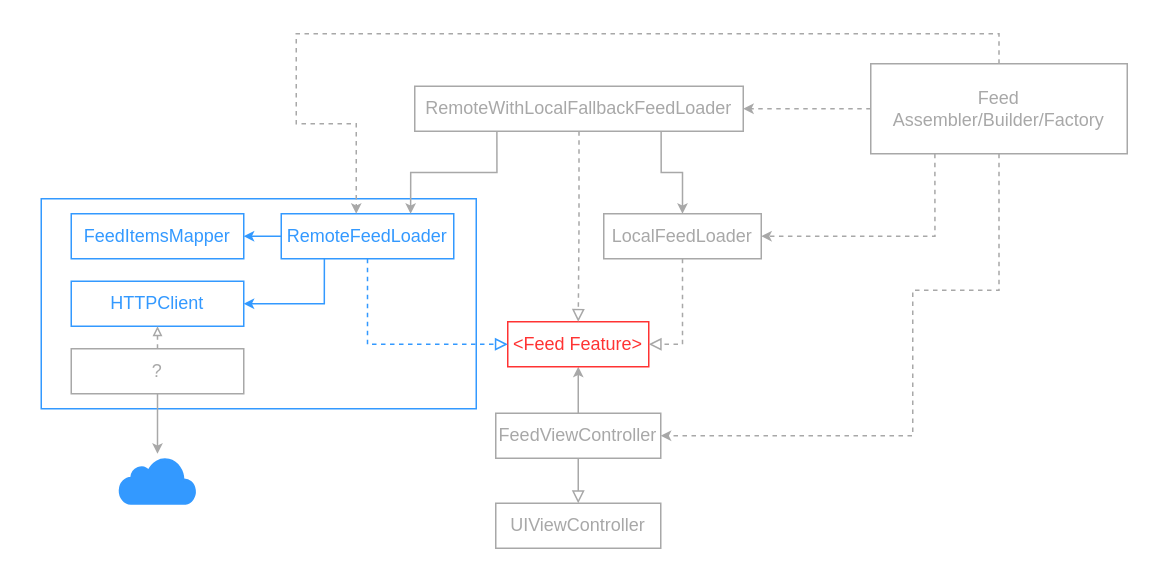
altunog/Essential-Notes keeps this draw.io diagram as 13-Lecture current architecture.drawio. Above is the earlier version. Source tidied: cells renumbered, new cells numbered last; positions are measured from the earlier drawing's top-left corner, leaving out a move shared by most shapes. Both pictures are drawn from the tidied source at 150%, with x=0, y=0 at pixel (40, 33).
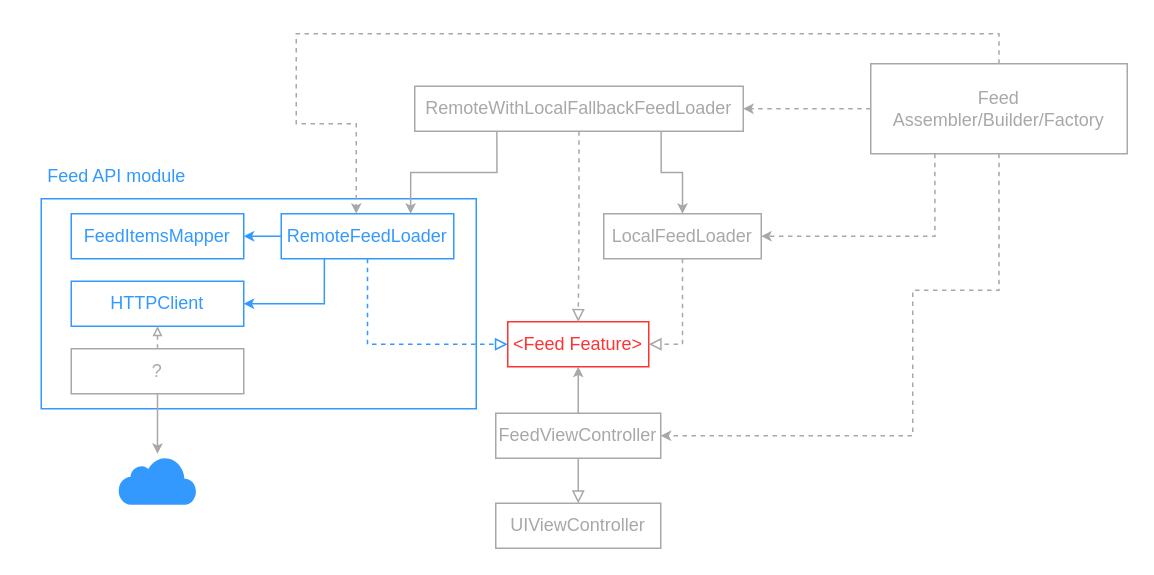
Above is the later version.

Commit message:
Update the architecture diagram for Lecture 13

The edit, as a diff of the source:
```diff
@@
+    <mxCell id="29" value="Feed API module" style="text;html=1;align=center;verticalAlign=middle;strokeColor=none;fillColor=none;fontSize=12;fontFamily=Helvetica;fontColor=#3399FF;" parent="1" vertex="1">
+      <mxGeometry x="-10" y="80" width="120" height="30" as="geometry" />
+    </mxCell>
```
